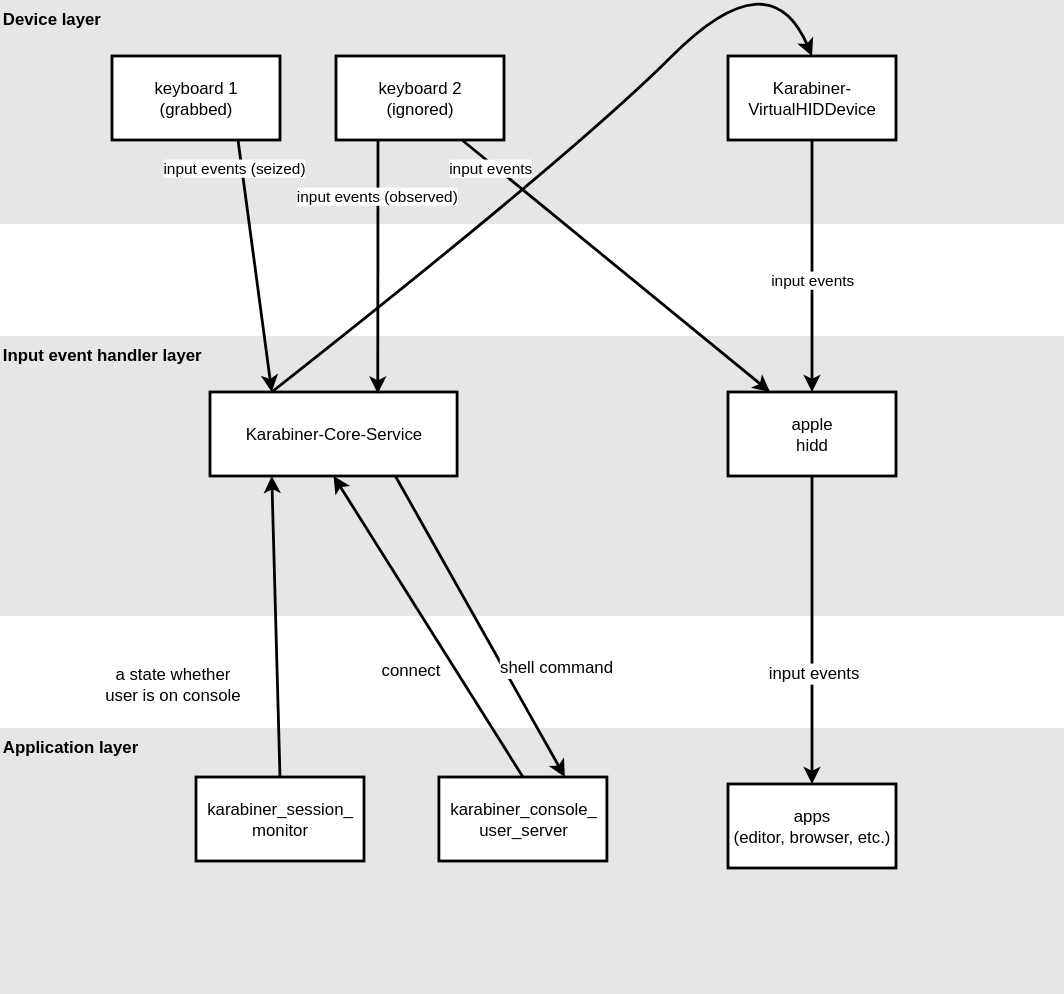
The draw.io diagram files/images/processes.svg in pqrs-org/Karabiner-Elements, before a commit. Source tidied: cells renumbered, new cells last; positions are measured from the earlier drawing's top-left corner, leaving out a move shared by most shapes.
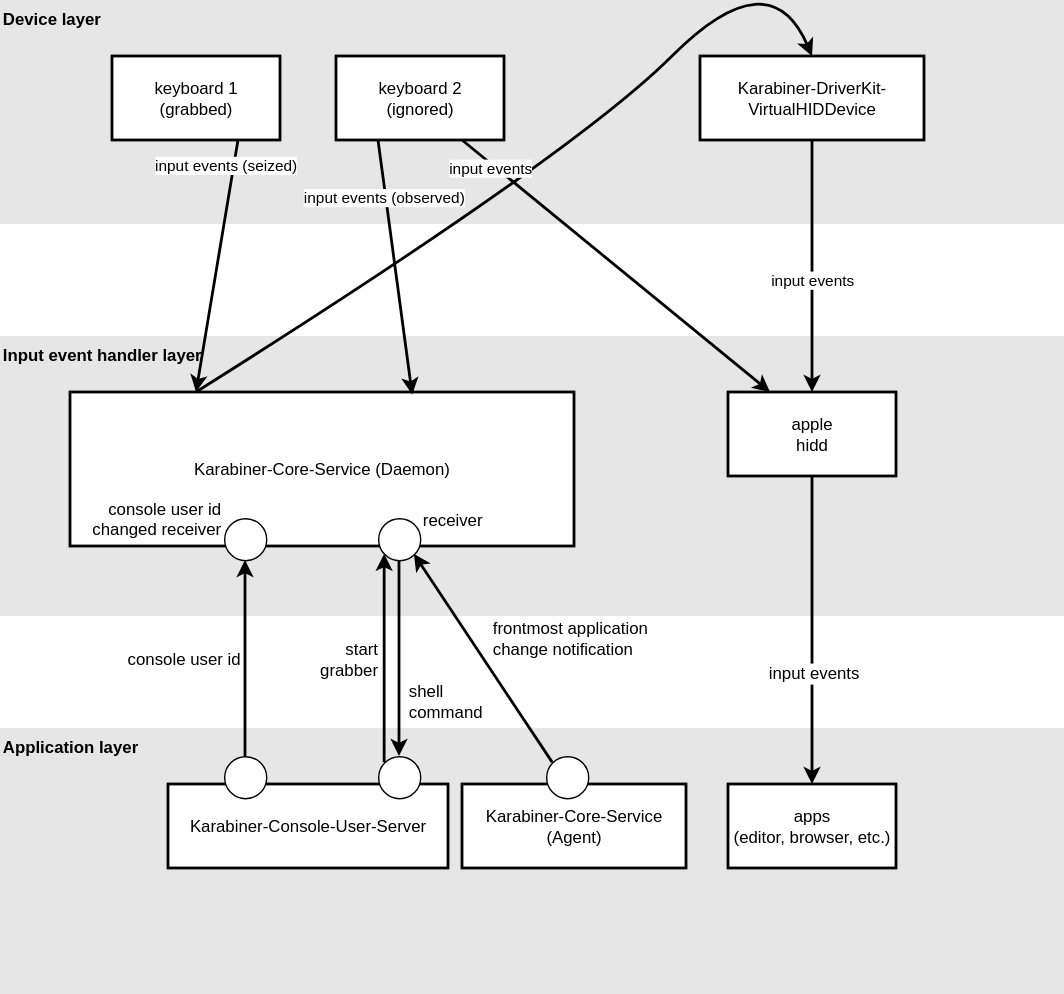
The same file after the commit.

What changed in the source:
```diff
@@ -17,12 +17,9 @@
     <mxCell id="6" value="keyboard 2&lt;br&gt;(ignored)&lt;br&gt;" style="rounded=0;whiteSpace=wrap;html=1;shadow=0;glass=0;comic=0;strokeColor=#000000;strokeWidth=2;fontColor=#000000;" parent="1" vertex="1">
       <mxGeometry x="240" y="70" width="120" height="60" as="geometry" />
     </mxCell>
-    <mxCell id="7" value="Karabiner-Core-Service" style="rounded=0;whiteSpace=wrap;html=1;shadow=0;glass=0;comic=0;strokeColor=#000000;strokeWidth=2;fontColor=#000000;" parent="1" vertex="1">
-      <mxGeometry x="150" y="310" width="176.5" height="60" as="geometry" />
+    <mxCell id="7" value="Karabiner-Core-Service (Daemon)" style="rounded=0;whiteSpace=wrap;html=1;shadow=0;glass=0;comic=0;strokeColor=#000000;strokeWidth=2;fontColor=#000000;" parent="1" vertex="1">
+      <mxGeometry x="50" y="310" width="360" height="110" as="geometry" />
     </mxCell>
-    <mxCell id="8" value="karabiner_console_&lt;br&gt;user_server&lt;br&gt;" style="rounded=0;html=1;shadow=0;glass=0;comic=0;strokeColor=#000000;strokeWidth=2;fontColor=#000000;whiteSpace=wrap;" parent="1" vertex="1">
-      <mxGeometry x="313.5" y="585" width="120" height="60" as="geometry" />
-    </mxCell>
     <mxCell id="9" value="apple&lt;br&gt;hidd&lt;br&gt;" style="rounded=0;html=1;shadow=0;glass=0;comic=0;strokeColor=#000000;strokeWidth=2;fontColor=#000000;whiteSpace=wrap;" parent="1" vertex="1">
       <mxGeometry x="520" y="310" width="120" height="60" as="geometry" />
     </mxCell>
@@ -32,20 +29,20 @@
     <mxCell id="11" value="input events (seized)" style="endArrow=classic;html=1;strokeColor=#000000;strokeWidth=2;fillColor=#FF2424;fontColor=#000000;exitX=0.75;exitY=1;entryX=0.25;entryY=0;" parent="1" edge="1" source="5" target="7">
       <mxGeometry x="-0.8" y="-6" relative="1" as="geometry" />
     </mxCell>
-    <mxCell id="12" style="endArrow=classic;html=1;strokeColor=#000000;strokeWidth=2;fillColor=#FF2424;fontColor=#000000;exitX=0.5;exitY=0;entryX=0.5;entryY=1;" parent="1" edge="1" source="8" target="7">
+    <mxCell id="12" style="endArrow=classic;html=1;strokeColor=#000000;strokeWidth=2;fillColor=#FF2424;fontColor=#000000;exitX=0;exitY=0;entryX=0;entryY=1;exitDx=0;exitDy=0;entryDx=0;entryDy=0;" parent="1" edge="1" source="30" target="29">
       <mxGeometry relative="1" as="geometry" />
     </mxCell>
-    <mxCell id="13" value="connect&lt;br&gt;" style="text;html=1;align=center;verticalAlign=middle;labelBackgroundColor=#ffffff;fontColor=#000000;" parent="12" vertex="1">
+    <mxCell id="13" value="start&lt;div&gt;grabber&lt;br&gt;&lt;/div&gt;" style="text;html=1;align=right;verticalAlign=middle;labelBackgroundColor=none;fontColor=#000000;" parent="12" vertex="1">
       <mxGeometry x="-0.25" y="3" relative="1" as="geometry">
-        <mxPoint x="-27" y="3" as="offset" />
+        <mxPoint x="-1" y="-18" as="offset" />
       </mxGeometry>
     </mxCell>
-    <mxCell id="14" style="endArrow=classic;html=1;strokeColor=#000000;strokeWidth=2;fillColor=#FF2424;fontColor=#000000;exitX=0.75;exitY=1;entryX=0.75;entryY=0;" parent="1" edge="1" source="7" target="8">
+    <mxCell id="14" style="endArrow=classic;html=1;strokeColor=#000000;strokeWidth=2;fillColor=#FF2424;fontColor=#000000;exitX=0.5;exitY=1;entryX=0.5;entryY=0;exitDx=0;exitDy=0;entryDx=0;entryDy=0;" parent="1" edge="1" source="29" target="30">
       <mxGeometry relative="1" as="geometry" />
     </mxCell>
-    <mxCell id="15" value="shell command" style="text;html=1;align=center;verticalAlign=middle;labelBackgroundColor=#ffffff;fontColor=#000000;" parent="14" vertex="1">
+    <mxCell id="15" value="shell&lt;div&gt;command&lt;/div&gt;" style="text;html=1;align=left;verticalAlign=middle;labelBackgroundColor=none;fontColor=#000000;" parent="14" vertex="1">
       <mxGeometry x="0.16" y="2" relative="1" as="geometry">
-        <mxPoint x="41.5" y="12" as="offset" />
+        <mxPoint x="3" y="19" as="offset" />
       </mxGeometry>
     </mxCell>
     <mxCell id="16" style="endArrow=classic;html=1;strokeColor=#000000;strokeWidth=2;fillColor=#FF2424;fontColor=#000000;exitX=0.25;exitY=0;entryX=0.5;entryY=0;curved=1;exitDx=0;exitDy=0;" parent="1" edge="1" source="7" target="17">
@@ -56,8 +53,8 @@
         </Array>
       </mxGeometry>
     </mxCell>
-    <mxCell id="17" value="Karabiner-VirtualHIDDevice" style="rounded=0;whiteSpace=wrap;html=1;shadow=0;glass=0;comic=0;strokeColor=#000000;strokeWidth=2;fontColor=#000000;" parent="1" vertex="1">
-      <mxGeometry x="520" y="70" width="120" height="60" as="geometry" />
+    <mxCell id="17" value="Karabiner-DriverKit-VirtualHIDDevice" style="rounded=0;whiteSpace=wrap;html=1;shadow=0;glass=0;comic=0;strokeColor=#000000;strokeWidth=2;fontColor=#000000;" parent="1" vertex="1">
+      <mxGeometry x="500" y="70" width="160" height="60" as="geometry" />
     </mxCell>
     <mxCell id="18" value="input events" style="endArrow=classic;html=1;strokeColor=#000000;strokeWidth=2;fillColor=#FF2424;fontColor=#000000;exitX=0.5;exitY=1;entryX=0.5;entryY=0;" parent="1" edge="1" source="17" target="9">
       <mxGeometry x="0.11" relative="1" as="geometry" />
@@ -76,16 +73,48 @@
     <mxCell id="22" value="input events" style="endArrow=classic;html=1;strokeColor=#000000;strokeWidth=2;fillColor=#FF2424;fontColor=#000000;exitX=0.75;exitY=1;entryX=0.25;entryY=0;" parent="1" edge="1" source="6" target="9">
       <mxGeometry x="-0.8" y="-3" relative="1" as="geometry" />
     </mxCell>
-    <mxCell id="23" value="karabiner_session_&lt;br&gt;monitor&lt;br&gt;" style="rounded=0;html=1;shadow=0;glass=0;comic=0;strokeColor=#000000;strokeWidth=2;fontColor=#000000;whiteSpace=wrap;" parent="1" vertex="1">
-      <mxGeometry x="140" y="585" width="120" height="60" as="geometry" />
+    <mxCell id="23" value="Karabiner-Console-User-Server" style="rounded=0;html=1;shadow=0;glass=0;comic=0;strokeColor=#000000;strokeWidth=2;fontColor=#000000;whiteSpace=wrap;" parent="1" vertex="1">
+      <mxGeometry x="120" y="590" width="200" height="60" as="geometry" />
     </mxCell>
-    <mxCell id="24" style="endArrow=classic;html=1;strokeColor=#000000;strokeWidth=2;fillColor=#FF2424;fontColor=#000000;exitX=0.5;exitY=0;entryX=0.25;entryY=1;entryDx=0;entryDy=0;exitDx=0;exitDy=0;" parent="1" edge="1" source="23" target="7">
+    <mxCell id="24" style="endArrow=classic;html=1;strokeColor=#000000;strokeWidth=2;fillColor=#FF2424;fontColor=#000000;entryX=0.5;entryY=1;entryDx=0;entryDy=0;exitX=0.5;exitY=0;exitDx=0;exitDy=0;" parent="1" edge="1" source="27" target="26">
       <mxGeometry relative="1" as="geometry" />
     </mxCell>
-    <mxCell id="25" value="a state whether&lt;br&gt;user is on console" style="text;html=1;align=center;verticalAlign=middle;labelBackgroundColor=#ffffff;fontColor=#000000;" parent="24" vertex="1">
+    <mxCell id="25" value="console user id" style="text;html=1;align=center;verticalAlign=middle;labelBackgroundColor=#ffffff;fontColor=#000000;" parent="24" vertex="1">
       <mxGeometry x="-0.25" y="3" relative="1" as="geometry">
-        <mxPoint x="-72" y="14.5" as="offset" />
+        <mxPoint x="-42" y="-17" as="offset" />
       </mxGeometry>
     </mxCell>
+    <mxCell id="26" style="ellipse;whiteSpace=wrap;html=1;shapeInside=1;" parent="1" vertex="1">
+      <mxGeometry x="160" y="400" width="30" height="30" as="geometry" />
+    </mxCell>
+    <mxCell id="27" style="ellipse;whiteSpace=wrap;html=1;shapeInside=1;" parent="1" vertex="1">
+      <mxGeometry x="160" y="570" width="30" height="30" as="geometry" />
+    </mxCell>
+    <mxCell id="28" value="console user id changed receiver" style="text;whiteSpace=wrap;align=right;" parent="1" vertex="1">
+      <mxGeometry x="30" y="380" width="130" height="40" as="geometry" />
+    </mxCell>
+    <mxCell id="29" style="ellipse;whiteSpace=wrap;html=1;shapeInside=1;" parent="1" vertex="1">
+      <mxGeometry x="270" y="400" width="30" height="30" as="geometry" />
+    </mxCell>
+    <mxCell id="30" style="ellipse;whiteSpace=wrap;html=1;shapeInside=1;" parent="1" vertex="1">
+      <mxGeometry x="270" y="570" width="30" height="30" as="geometry" />
+    </mxCell>
+    <mxCell id="31" value="receiver" style="text;whiteSpace=wrap;align=left;" parent="1" vertex="1">
+      <mxGeometry x="300" y="387.5" width="50" height="25" as="geometry" />
+    </mxCell>
+    <mxCell id="32" value="Karabiner-Core-Service (Agent)" style="rounded=0;html=1;shadow=0;glass=0;comic=0;strokeColor=#000000;strokeWidth=2;fontColor=#000000;whiteSpace=wrap;" parent="1" vertex="1">
+      <mxGeometry x="330" y="590" width="160" height="60" as="geometry" />
+    </mxCell>
+    <mxCell id="33" style="endArrow=classic;html=1;strokeColor=#000000;strokeWidth=2;fillColor=#FF2424;fontColor=#000000;exitX=0;exitY=0;entryX=1;entryY=1;exitDx=0;exitDy=0;entryDx=0;entryDy=0;" parent="1" edge="1" source="35" target="29">
+      <mxGeometry relative="1" as="geometry" />
+    </mxCell>
+    <mxCell id="34" value="frontmost application&lt;div&gt;change notification&lt;/div&gt;" style="text;html=1;align=left;verticalAlign=middle;labelBackgroundColor=none;fontColor=#000000;" parent="33" vertex="1">
+      <mxGeometry x="-0.25" y="3" relative="1" as="geometry">
+        <mxPoint x="-5" y="-35" as="offset" />
+      </mxGeometry>
+    </mxCell>
+    <mxCell id="35" style="ellipse;whiteSpace=wrap;html=1;shapeInside=1;" parent="1" vertex="1">
+      <mxGeometry x="390" y="570" width="30" height="30" as="geometry" />
+    </mxCell>
   </root>
 </mxGraphModel>
```
